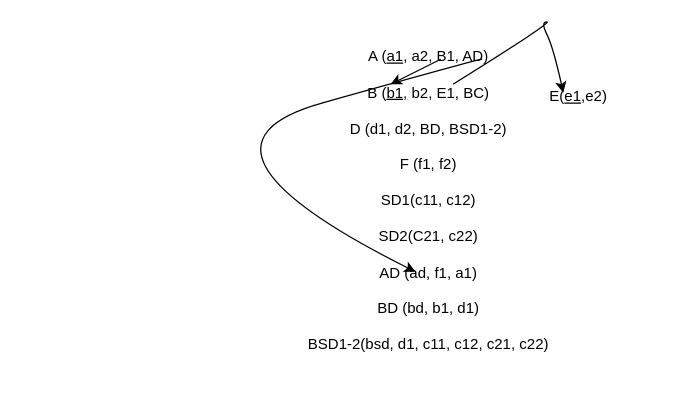
This is BBDDud4.drawio from vnavacar/warm-up, a draw.io file, before an edit. Source tidied: cells renumbered, new cells numbered last; positions are measured from the earlier drawing's top-left corner, leaving out a move shared by most shapes. Both pictures are drawn from the tidied source at 125%, with x=0, y=0 at pixel (165, 21).
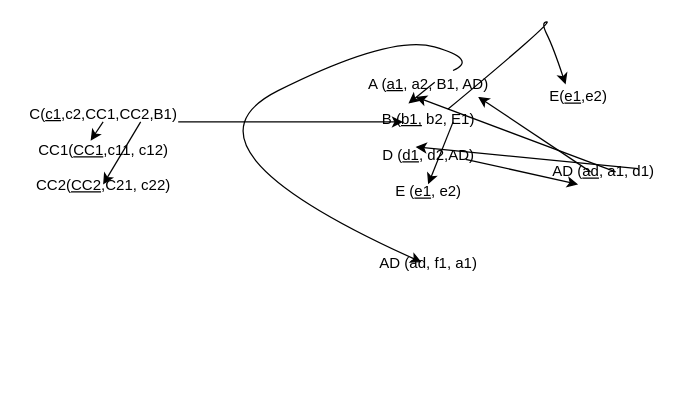
After the change.

The change refers to these unchanged cells:
```xml
<mxCell id="5" value="E(&lt;u&gt;e1&lt;/u&gt;,e2)" style="text;html=1;align=center;verticalAlign=middle;points=[];strokeColor=none;fillColor=none;" parent="1" vertex="1">
  <mxGeometry x="300" y="50" width="60" height="20" as="geometry" />
</mxCell>
```

Change to the diagram source:
```diff
@@
-    <mxCell id="2" value="&lt;div&gt;A (&lt;u&gt;a1&lt;/u&gt;, a2, B1, AD)&lt;/div&gt;&lt;div&gt;&lt;br&gt;&lt;/div&gt;&lt;div&gt;B (&lt;u&gt;b1,&lt;/u&gt; b2, E1, BC)&lt;/div&gt;&lt;div&gt;&lt;br&gt;&lt;/div&gt;&lt;div&gt;D (d1, d2, BD, BSD1-2)&lt;/div&gt;&lt;div&gt;&lt;br&gt;&lt;/div&gt;&lt;div&gt;F (f1, f2)&lt;/div&gt;&lt;div&gt;&lt;br&gt;&lt;/div&gt;&lt;div&gt;SD1(c11, c12)&lt;/div&gt;&lt;div&gt;&lt;br&gt;&lt;/div&gt;&lt;div&gt;SD2(C21, c22)&lt;/div&gt;&lt;div&gt;&lt;br&gt;&lt;/div&gt;&lt;div&gt;AD (ad, f1, a1)&lt;/div&gt;&lt;div&gt;&lt;br&gt;&lt;/div&gt;&lt;div&gt;BD (bd, b1, d1)&lt;/div&gt;&lt;div&gt;&lt;br&gt;&lt;/div&gt;&lt;div&gt;BSD1-2(bsd, d1, c11, c12, c21, c22)&lt;/div&gt;&lt;div&gt;&lt;br&gt;&lt;/div&gt;" style="text;html=1;align=center;verticalAlign=middle;points=[];strokeColor=none;fillColor=none;" parent="1" vertex="1">
-      <mxGeometry x="105" y="20" width="210" height="260" as="geometry" />
+    <mxCell id="2" value="&lt;div&gt;A (&lt;u&gt;a1&lt;/u&gt;, a2, B1, AD)&lt;/div&gt;&lt;div&gt;&lt;br&gt;&lt;/div&gt;&lt;div&gt;B (&lt;u&gt;b1,&lt;/u&gt; b2, E1)&lt;/div&gt;&lt;div&gt;&lt;br&gt;&lt;/div&gt;&lt;div&gt;D (&lt;u&gt;d1&lt;/u&gt;, d2,AD)&lt;/div&gt;&lt;div&gt;&lt;br&gt;&lt;/div&gt;&lt;div&gt;E (&lt;u&gt;e1&lt;/u&gt;, e2)&lt;/div&gt;&lt;div&gt;&lt;br&gt;&lt;/div&gt;&lt;div&gt;&lt;br&gt;&lt;/div&gt;&lt;div&gt;&lt;br&gt;&lt;/div&gt;&lt;div&gt;AD (ad, f1, a1)&lt;/div&gt;&lt;div&gt;&lt;br&gt;&lt;/div&gt;&lt;div&gt;&lt;br&gt;&lt;/div&gt;&lt;div&gt;&lt;br&gt;&lt;/div&gt;&lt;div&gt;&lt;br&gt;&lt;/div&gt;" style="text;html=1;align=center;verticalAlign=middle;points=[];strokeColor=none;fillColor=none;" parent="1" vertex="1">
+      <mxGeometry x="155" y="40" width="110" height="220" as="geometry" />
     </mxCell>
@@
-    <mxCell id="4" style="curved=1;endArrow=classic;html=1;rounded=0;entryX=0.452;entryY=0.692;entryDx=0;entryDy=0;entryPerimeter=0;exitX=0.706;exitY=0.038;exitDx=0;exitDy=0;exitPerimeter=0;" parent="1" edge="1" source="2" target="2">
+    <mxCell id="4" style="curved=1;endArrow=classic;html=1;rounded=0;entryX=0.452;entryY=0.692;entryDx=0;entryDy=0;entryPerimeter=0;exitX=0.681;exitY=-0.005;exitDx=0;exitDy=0;exitPerimeter=0;" parent="1" edge="1" source="2" target="2">
       <mxGeometry relative="1" as="geometry">
         <Array as="points">
           <mxPoint x="250" y="30" />
+          <mxPoint x="180" y="10" />
           <mxPoint y="100" />
         </Array>
       </mxGeometry>
     </mxCell>
@@
-    <mxCell id="6" style="curved=1;endArrow=classic;html=1;rounded=0;exitX=0.595;exitY=0.115;exitDx=0;exitDy=0;exitPerimeter=0;entryX=1.015;entryY=0.141;entryDx=0;entryDy=0;entryPerimeter=0;" parent="1" edge="1" source="2" target="2">
+    <mxCell id="6" style="curved=1;endArrow=classic;html=1;rounded=0;exitX=0.643;exitY=0.136;exitDx=0;exitDy=0;exitPerimeter=0;entryX=0.333;entryY=0;entryDx=0;entryDy=0;entryPerimeter=0;" parent="1" edge="1" source="2" target="5">
       <mxGeometry relative="1" as="geometry">
         <Array as="points">
           <mxPoint x="310" />
           <mxPoint x="300" />
           <mxPoint x="310" y="20" />
         </Array>
       </mxGeometry>
     </mxCell>
+    <mxCell id="7" value="AD (&lt;u&gt;ad&lt;/u&gt;, a1, d1)" style="text;html=1;align=center;verticalAlign=middle;points=[];strokeColor=none;fillColor=none;" parent="1" vertex="1">
+      <mxGeometry x="300" y="110" width="100" height="20" as="geometry" />
+    </mxCell>
+    <mxCell id="8" style="endArrow=classic;html=1;rounded=0;entryX=0.409;entryY=0.091;entryDx=0;entryDy=0;entryPerimeter=0;" parent="1" edge="1" target="2">
+      <mxGeometry relative="1" as="geometry">
+        <mxPoint x="360" y="120" as="sourcePoint" />
+      </mxGeometry>
+    </mxCell>
+    <mxCell id="9" style="endArrow=classic;html=1;rounded=0;exitX=0.579;exitY=-0.129;exitDx=0;exitDy=0;exitPerimeter=0;entryX=0.409;entryY=0.273;entryDx=0;entryDy=0;entryPerimeter=0;" parent="1" edge="1" target="2">
+      <mxGeometry relative="1" as="geometry">
+        <mxPoint x="378" y="117.4" as="sourcePoint" />
+      </mxGeometry>
+    </mxCell>
+    <mxCell id="10" style="endArrow=classic;html=1;rounded=0;entryX=0.864;entryY=0.091;entryDx=0;entryDy=0;entryPerimeter=0;" parent="1" edge="1" target="2">
+      <mxGeometry relative="1" as="geometry">
+        <mxPoint x="340" y="120" as="sourcePoint" />
+      </mxGeometry>
+    </mxCell>
+    <mxCell id="11" style="endArrow=classic;html=1;rounded=0;entryX=0.5;entryY=0.409;entryDx=0;entryDy=0;entryPerimeter=0;" parent="1" edge="1" target="2">
+      <mxGeometry relative="1" as="geometry">
+        <mxPoint x="230" y="80" as="sourcePoint" />
+      </mxGeometry>
+    </mxCell>
+    <mxCell id="12" value="&lt;div&gt;&lt;br&gt;&lt;/div&gt;&lt;div&gt;C(&lt;u&gt;c1&lt;/u&gt;,c2,CC1,CC2,B1)&lt;/div&gt;&lt;div&gt;&lt;br&gt;&lt;/div&gt;&lt;div&gt;CC1(&lt;u&gt;CC1&lt;/u&gt;,c11, c12)&lt;/div&gt;&lt;div&gt;&lt;br&gt;&lt;/div&gt;&lt;div&gt;CC2(&lt;u&gt;CC2&lt;/u&gt;,C21, c22)&lt;/div&gt;" style="text;html=1;align=center;verticalAlign=middle;points=[];strokeColor=none;fillColor=none;" parent="1" vertex="1">
+      <mxGeometry x="-115" y="50" width="130" height="90" as="geometry" />
+    </mxCell>
+    <mxCell id="13" style="endArrow=classic;html=1;rounded=0;exitX=0.962;exitY=0.333;exitDx=0;exitDy=0;exitPerimeter=0;entryX=0.318;entryY=0.182;entryDx=0;entryDy=0;entryPerimeter=0;" parent="1" edge="1" source="12" target="2">
+      <mxGeometry relative="1" as="geometry" />
+    </mxCell>
+    <mxCell id="14" style="endArrow=classic;html=1;rounded=0;exitX=0.5;exitY=0.333;exitDx=0;exitDy=0;exitPerimeter=0;entryX=0.423;entryY=0.5;entryDx=0;entryDy=0;entryPerimeter=0;" parent="1" edge="1" source="12" target="12">
+      <mxGeometry relative="1" as="geometry" />
+    </mxCell>
+    <mxCell id="15" style="endArrow=classic;html=1;rounded=0;exitX=0.731;exitY=0.333;exitDx=0;exitDy=0;exitPerimeter=0;entryX=0.5;entryY=0.889;entryDx=0;entryDy=0;entryPerimeter=0;" parent="1" edge="1" source="12" target="12">
+      <mxGeometry relative="1" as="geometry" />
+    </mxCell>
+    <mxCell id="16" style="endArrow=classic;html=1;rounded=0;exitX=0.773;exitY=0.318;exitDx=0;exitDy=0;exitPerimeter=0;entryX=0.3;entryY=1;entryDx=0;entryDy=0;entryPerimeter=0;" parent="1" edge="1" source="2" target="7">
+      <mxGeometry relative="1" as="geometry" />
+    </mxCell>
```
